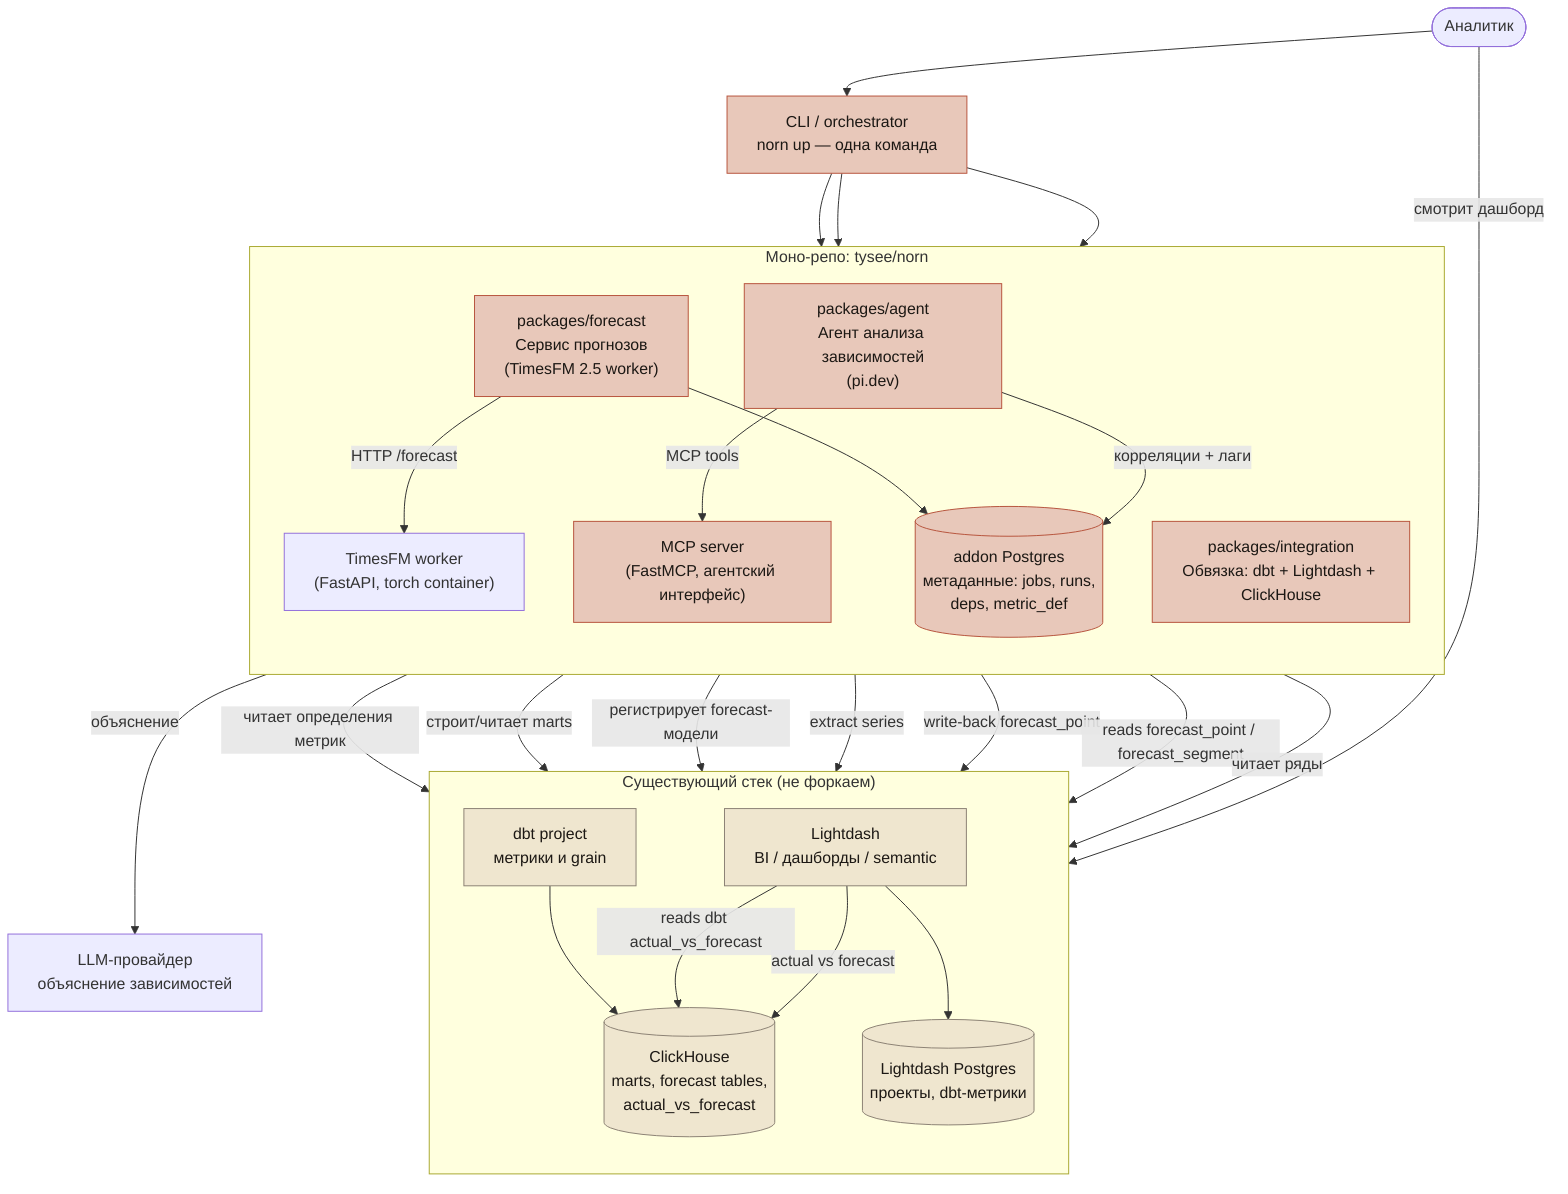
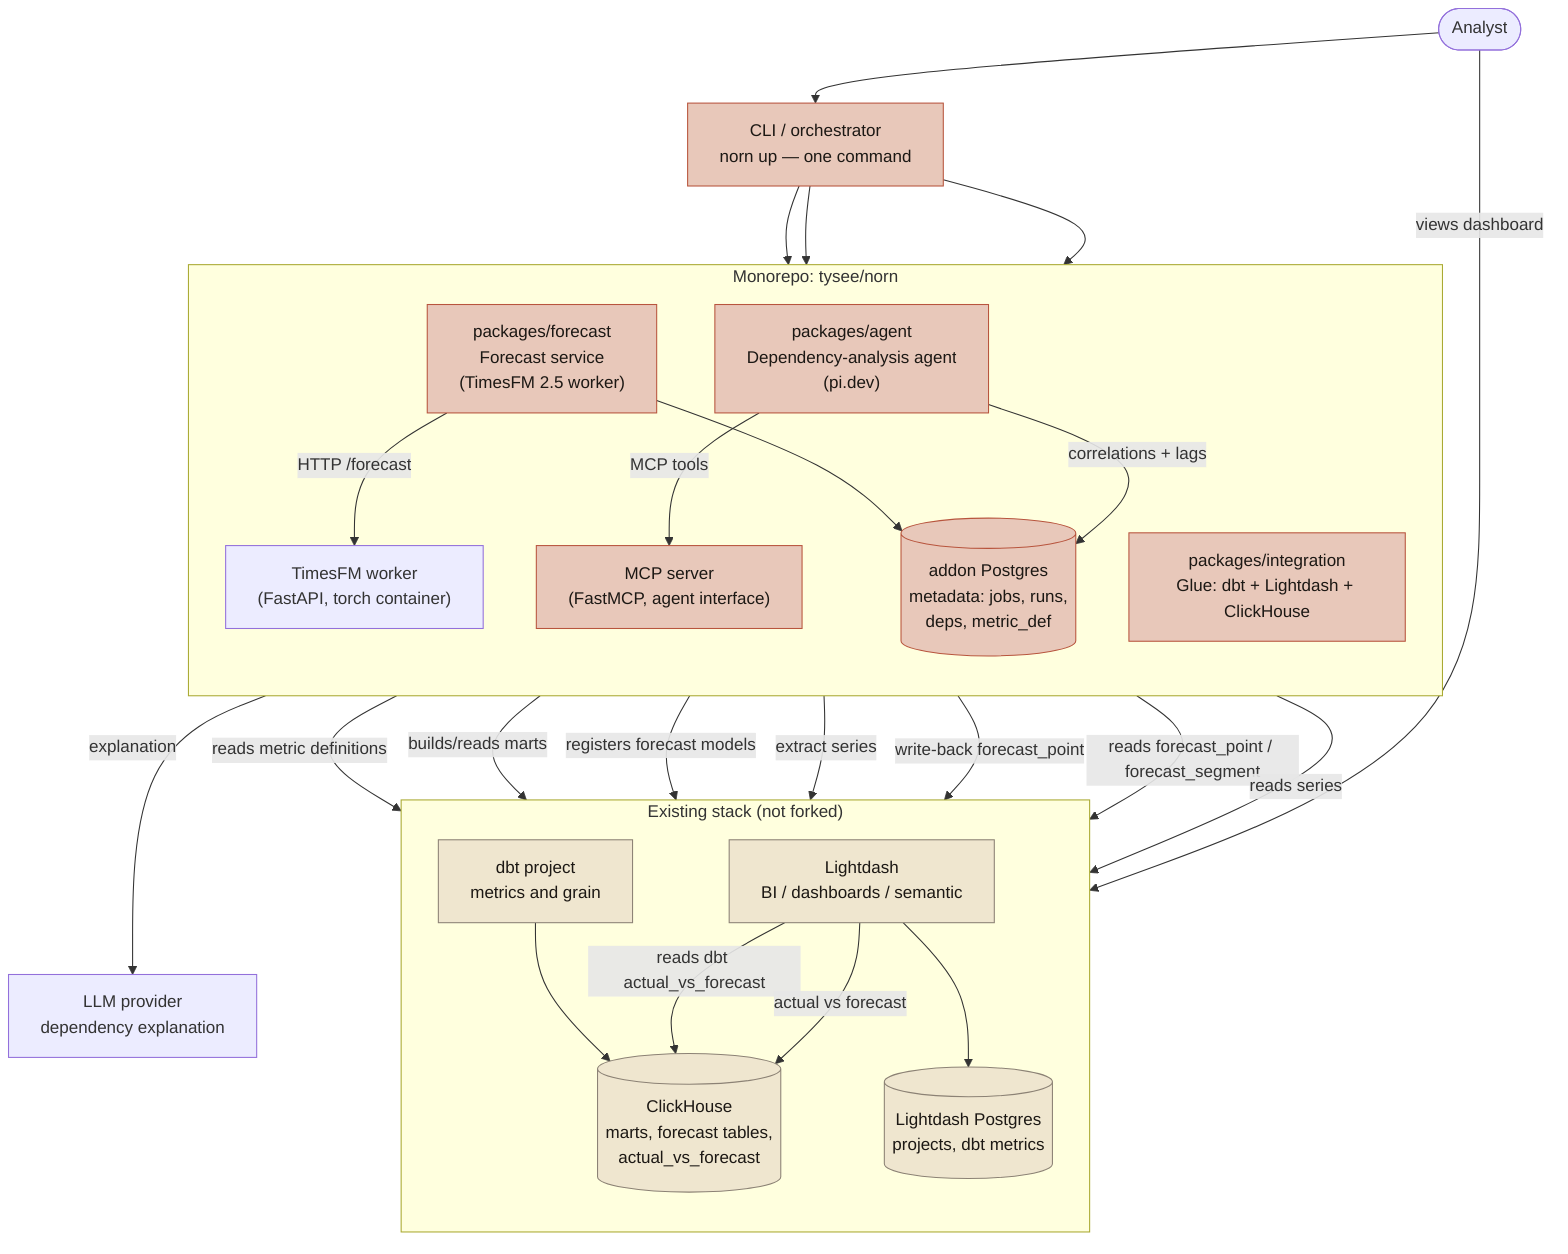
- %% Norn — архитектура sidecar к Lightdash
+ %% Norn — sidecar architecture for Lightdash
flowchart TB

-     analyst([Аналитик])
-     cli["CLI / orchestrator<br/>norn up — одна команда"]
+     analyst([Analyst])
+     cli["CLI / orchestrator<br/>norn up — one command"]

-     subgraph monorepo["Моно-репо: tysee/norn"]
+     subgraph monorepo["Monorepo: tysee/norn"]
        direction TB
-         agent["packages/agent<br/>Агент анализа зависимостей<br/>(pi.dev)"]
-         forecast["packages/forecast<br/>Сервис прогнозов<br/>(TimesFM 2.5 worker)"]
-         mcp["MCP server<br/>(FastMCP, агентский интерфейс)"]
+         agent["packages/agent<br/>Dependency-analysis agent<br/>(pi.dev)"]
+         forecast["packages/forecast<br/>Forecast service<br/>(TimesFM 2.5 worker)"]
+         mcp["MCP server<br/>(FastMCP, agent interface)"]
        tfmworker["TimesFM worker<br/>(FastAPI, torch container)"]
-         integ["packages/integration<br/>Обвязка: dbt + Lightdash + ClickHouse"]
-         meta[("addon Postgres<br/>метаданные: jobs, runs,<br/>deps, metric_def")]
+         integ["packages/integration<br/>Glue: dbt + Lightdash + ClickHouse"]
+         meta[("addon Postgres<br/>metadata: jobs, runs,<br/>deps, metric_def")]
    end

-     subgraph existing["Существующий стек (не форкаем)"]
+     subgraph existing["Existing stack (not forked)"]
        direction TB
-         lightdash["Lightdash<br/>BI / дашборды / semantic"]
-         ldpg[("Lightdash Postgres<br/>проекты, dbt-метрики")]
+         lightdash["Lightdash<br/>BI / dashboards / semantic"]
+         ldpg[("Lightdash Postgres<br/>projects, dbt metrics")]
        ch[("ClickHouse<br/>marts, forecast tables,<br/>actual_vs_forecast")]
-         dbt["dbt project<br/>метрики и grain"]
+         dbt["dbt project<br/>metrics and grain"]
    end

-     llm["LLM-провайдер<br/>объяснение зависимостей"]
+     llm["LLM provider<br/>dependency explanation"]

    analyst --> cli
    cli --> integ
    cli --> forecast
    cli --> agent

-     integ -->|читает определения метрик| ldpg
-     integ -->|строит/читает marts| ch
-     integ -->|регистрирует forecast-модели| dbt
+     integ -->|reads metric definitions| ldpg
+     integ -->|builds/reads marts| ch
+     integ -->|registers forecast models| dbt
    dbt --> ch

    forecast -->|extract series| ch
    forecast -->|write-back forecast_point| ch
    forecast -->|HTTP /forecast| tfmworker
    lightdash -->|reads dbt actual_vs_forecast| ch
    mcp -->|reads forecast_point / forecast_segment| ch
    agent -->|MCP tools| mcp
    forecast --> meta

-     agent -->|читает ряды| ch
-     agent -->|корреляции + лаги| meta
-     agent -->|объяснение| llm
+     agent -->|reads series| ch
+     agent -->|correlations + lags| meta
+     agent -->|explanation| llm

    lightdash -->|actual vs forecast| ch
    lightdash --> ldpg
-     analyst -->|смотрит дашборд| lightdash
+     analyst -->|views dashboard| lightdash

    classDef ours fill:#E8C8BA,stroke:#B8553E,color:#1C1814;
    classDef ext fill:#EFE6CF,stroke:#8C8275,color:#1C1814;
    class agent,forecast,mcp,integ,meta,cli ours;
    class lightdash,ldpg,ch,dbt ext;
